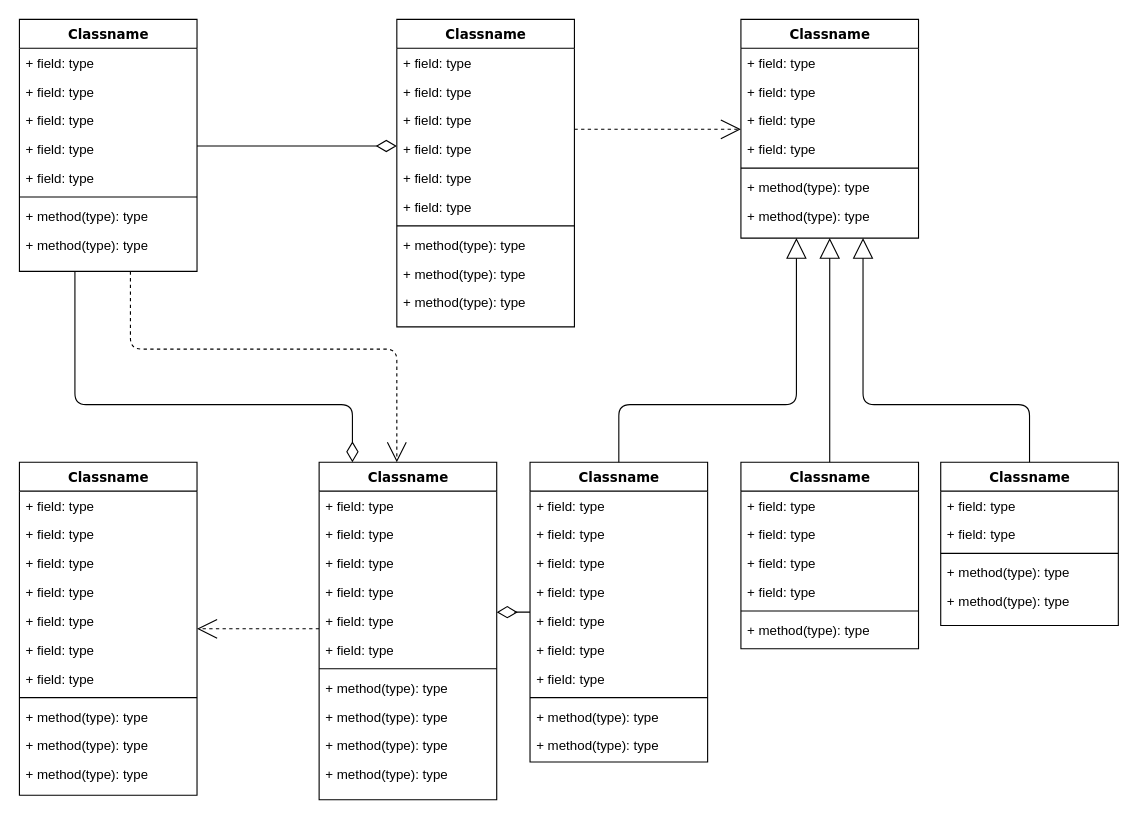
This is Untitled Diagram.drawio from abmercy035/starter-react-app, a draw.io file, before an edit. Source tidied: cells renumbered, new cells numbered last; positions are measured from the earlier drawing's top-left corner, leaving out a move shared by most shapes. Both pictures are drawn from the tidied source at 111%, with x=0, y=0 at pixel (19, 19).
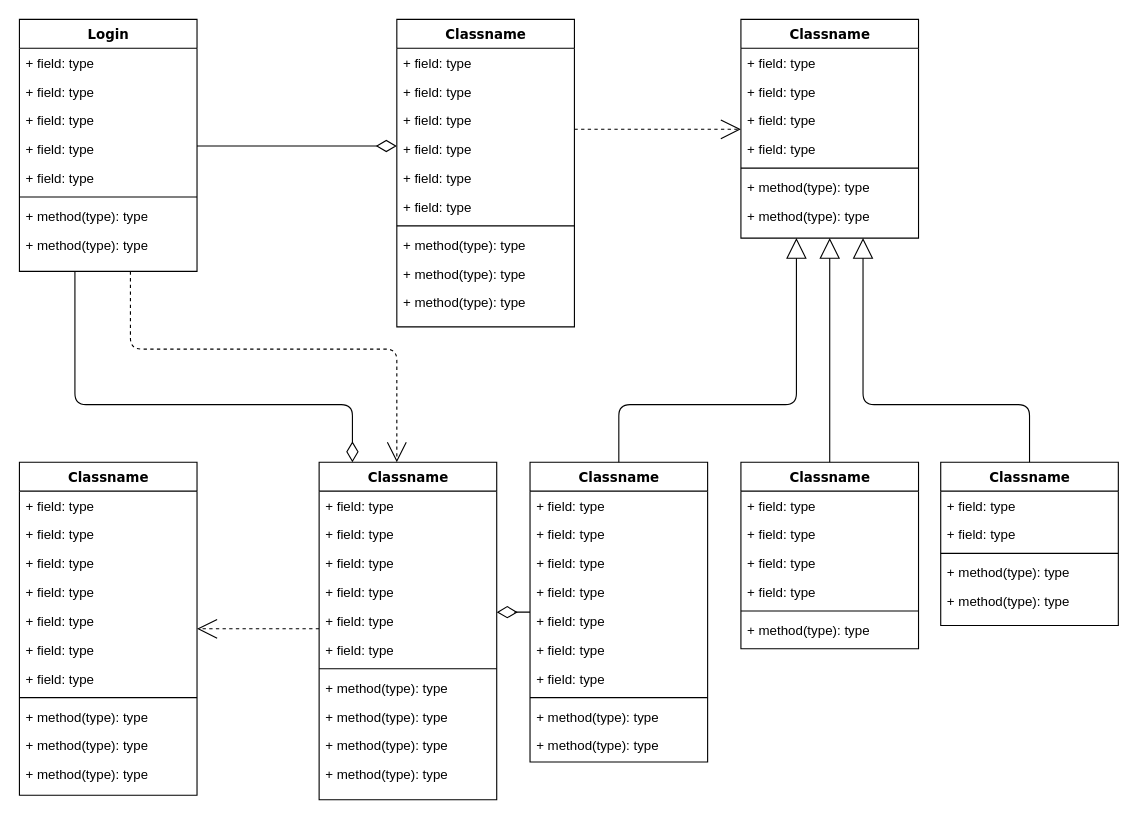
After the change.

The edit, as a diff of the source:
```diff
@@
-    <mxCell id="4" value="Classname" style="swimlane;html=1;fontStyle=1;align=center;verticalAlign=top;horizontal=1;startSize=26;swimlaneFillColor=#ffffff;rounded=0;shadow=0;comic=0;labelBackgroundColor=none;strokeWidth=1;fillColor=none;fontFamily=Verdana;fontSize=12;" parent="1" vertex="1">
+    <mxCell id="4" value="Login" style="swimlane;html=1;fontStyle=1;align=center;verticalAlign=top;horizontal=1;startSize=26;swimlaneFillColor=#ffffff;rounded=0;shadow=0;comic=0;labelBackgroundColor=none;strokeWidth=1;fillColor=none;fontFamily=Verdana;fontSize=12;" parent="1" vertex="1">
       <mxGeometry width="160" height="227" as="geometry" />
     </mxCell>
```
